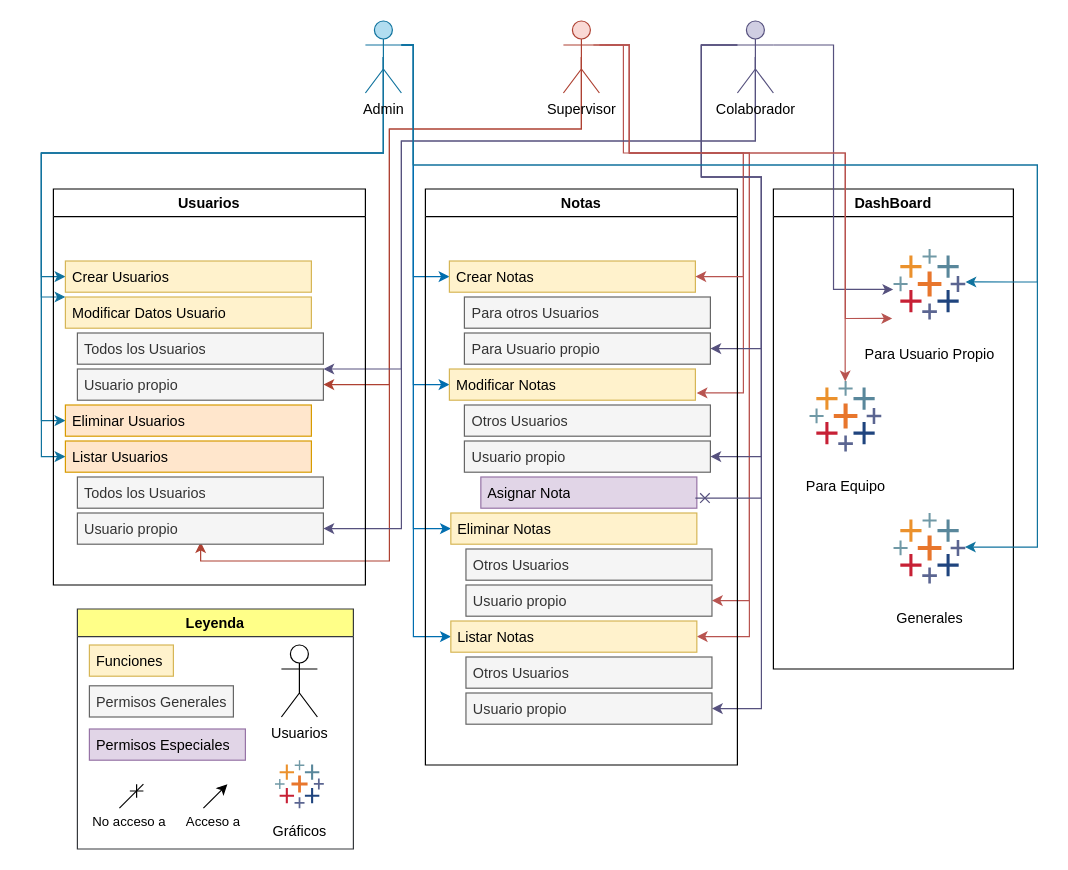
Earlier version of the draw.io diagram page "Accesos Usuarios" (3 of 3) of config/todoApp++.drawio (DANIELNAHUN/todo-app-). Source tidied: cells renumbered, new cells numbered last; positions are measured from the earlier drawing's top-left corner, leaving out a move shared by most shapes. Both pictures are drawn from the tidied source at 120%, with x=0, y=0 at pixel (41, 20).
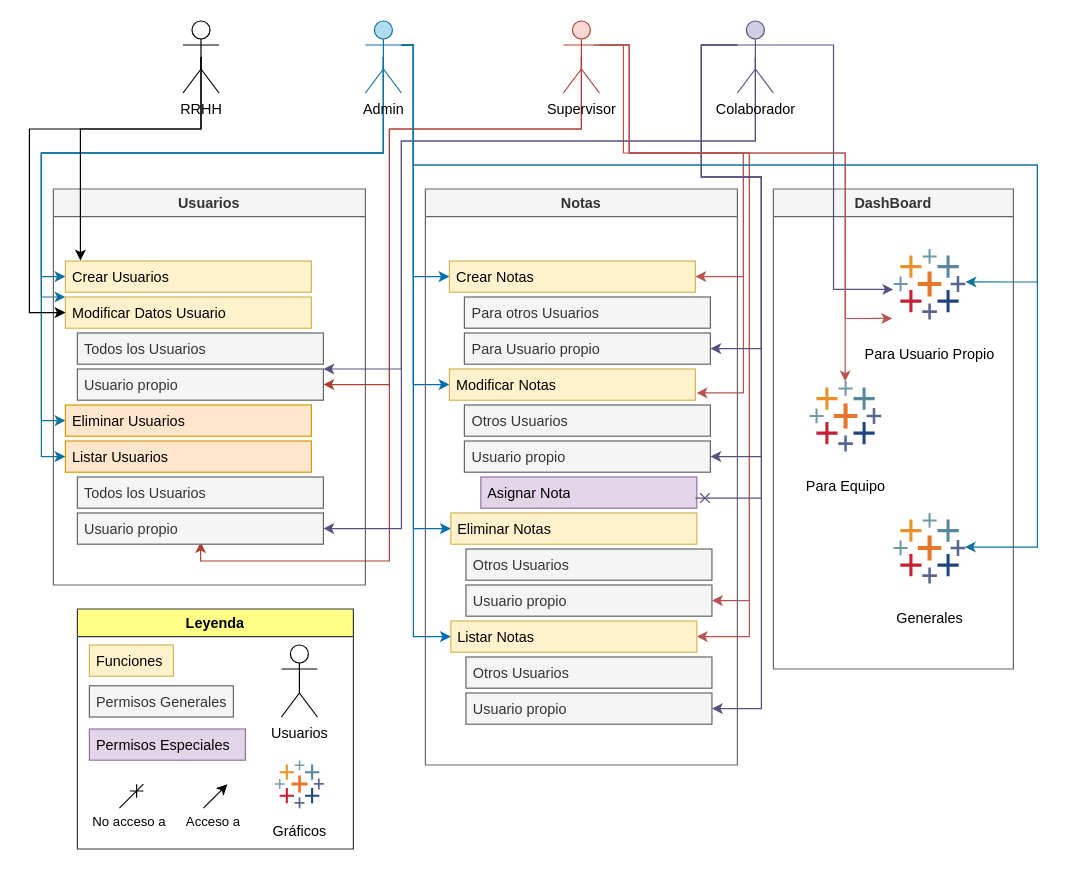
Above is the later version.

Unchanged cells that the change refers to:
```xml
<mxCell id="24" value="Crear Usuarios" style="text;strokeColor=#d6b656;fillColor=#fff2cc;align=left;verticalAlign=top;spacingLeft=4;spacingRight=4;overflow=hidden;points=[[0,0.5],[1,0.5]];portConstraint=eastwest;whiteSpace=wrap;html=1;" parent="23" vertex="1">
  <mxGeometry x="10" y="60" width="205" height="26" as="geometry" />
</mxCell>
<mxCell id="25" value="Modificar Datos Usuario" style="text;align=left;verticalAlign=top;spacingLeft=4;spacingRight=4;overflow=hidden;points=[[0,0.5],[1,0.5]];portConstraint=eastwest;whiteSpace=wrap;html=1;fillColor=#fff2cc;strokeColor=#d6b656;" parent="23" vertex="1">
  <mxGeometry x="10" y="90" width="205" height="26" as="geometry" />
</mxCell>
```

Change to the diagram source:
```diff
@@
-    <mxCell id="23" value="Usuarios" style="swimlane;" parent="1" vertex="1">
+    <mxCell id="23" value="Usuarios" style="swimlane;fillColor=#f5f5f5;fontColor=#333333;strokeColor=#666666;" parent="1" vertex="1">
       <mxGeometry x="10" y="140" width="260" height="330" as="geometry" />
     </mxCell>
@@
-    <mxCell id="32" value="Notas" style="swimlane;" parent="1" vertex="1">
+    <mxCell id="32" value="Notas" style="swimlane;fillColor=#f5f5f5;fontColor=#333333;strokeColor=#666666;" parent="1" vertex="1">
       <mxGeometry x="320" y="140" width="260" height="480" as="geometry" />
     </mxCell>
@@
-    <mxCell id="46" value="DashBoard" style="swimlane;" parent="1" vertex="1">
+    <mxCell id="46" value="DashBoard" style="swimlane;fillColor=#f5f5f5;fontColor=#333333;strokeColor=#666666;" parent="1" vertex="1">
       <mxGeometry x="610" y="140" width="200" height="400" as="geometry" />
     </mxCell>
@@
+    <mxCell id="67" style="edgeStyle=orthogonalEdgeStyle;rounded=0;jettySize=auto;html=1;exitX=0.5;exitY=0.5;exitDx=0;exitDy=0;exitPerimeter=0;entryX=0;entryY=0.5;entryDx=0;entryDy=0;" parent="1" edge="1" source="68" target="25">
+      <mxGeometry relative="1" as="geometry">
+        <Array as="points">
+          <mxPoint x="133" y="90" />
+          <mxPoint x="-10" y="90" />
+          <mxPoint x="-10" y="243" />
+        </Array>
+      </mxGeometry>
+    </mxCell>
+    <mxCell id="68" value="RRHH" style="shape=umlActor;verticalLabelPosition=bottom;verticalAlign=top;html=1;outlineConnect=0;" parent="1" vertex="1">
+      <mxGeometry x="118" width="30" height="60" as="geometry" />
+    </mxCell>
+    <mxCell id="69" style="edgeStyle=orthogonalEdgeStyle;rounded=0;jettySize=auto;html=1;exitX=0.5;exitY=0.5;exitDx=0;exitDy=0;exitPerimeter=0;entryX=0.061;entryY=-0.015;entryDx=0;entryDy=0;entryPerimeter=0;" parent="1" edge="1" source="68" target="24">
+      <mxGeometry relative="1" as="geometry">
+        <Array as="points">
+          <mxPoint x="133" y="90" />
+          <mxPoint x="33" y="90" />
+        </Array>
+      </mxGeometry>
+    </mxCell>
```
